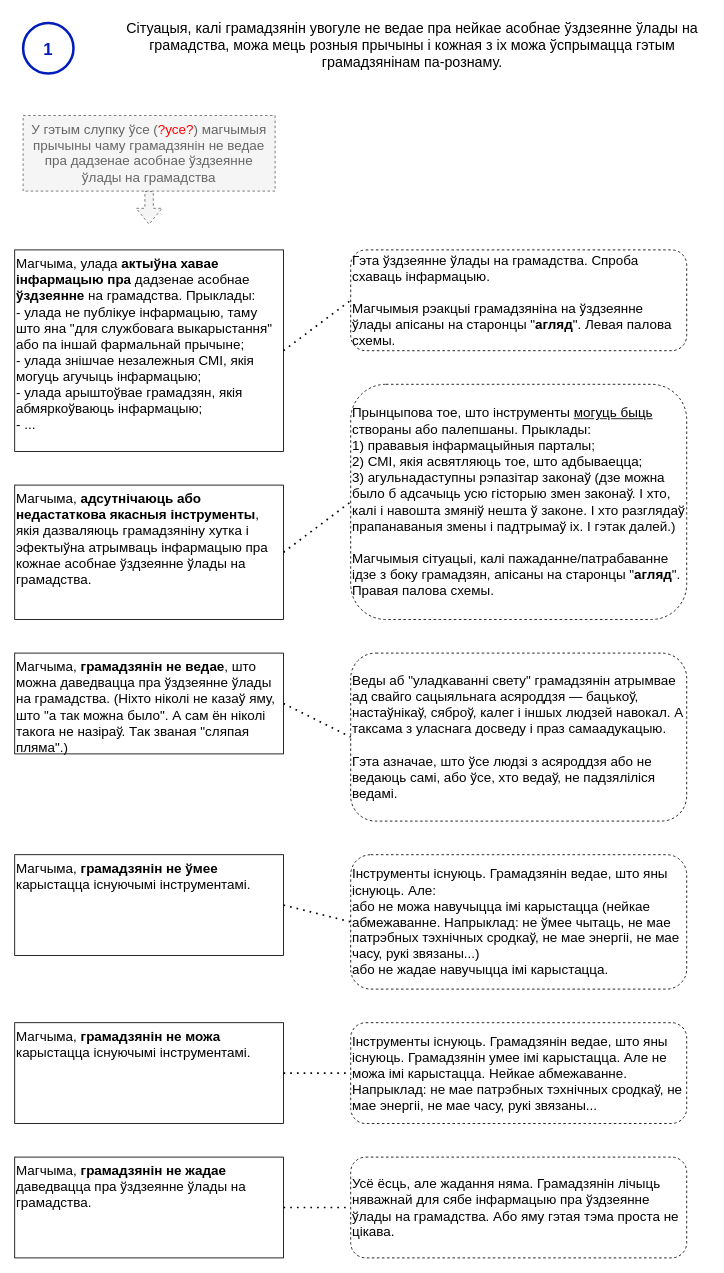
This is page "нататка-1" (2 of 3) of current-reality-tree/Дрэва цяперашняй рэальнасці.drawio from mshurkaeu-public/i-care.by, a draw.io file, before an edit. Source tidied: cells renumbered, new cells numbered last; positions are measured from the earlier drawing's top-left corner, leaving out a move shared by most shapes. Both pictures are drawn from the tidied source at 84%, with x=0, y=0 at pixel (14, 14).
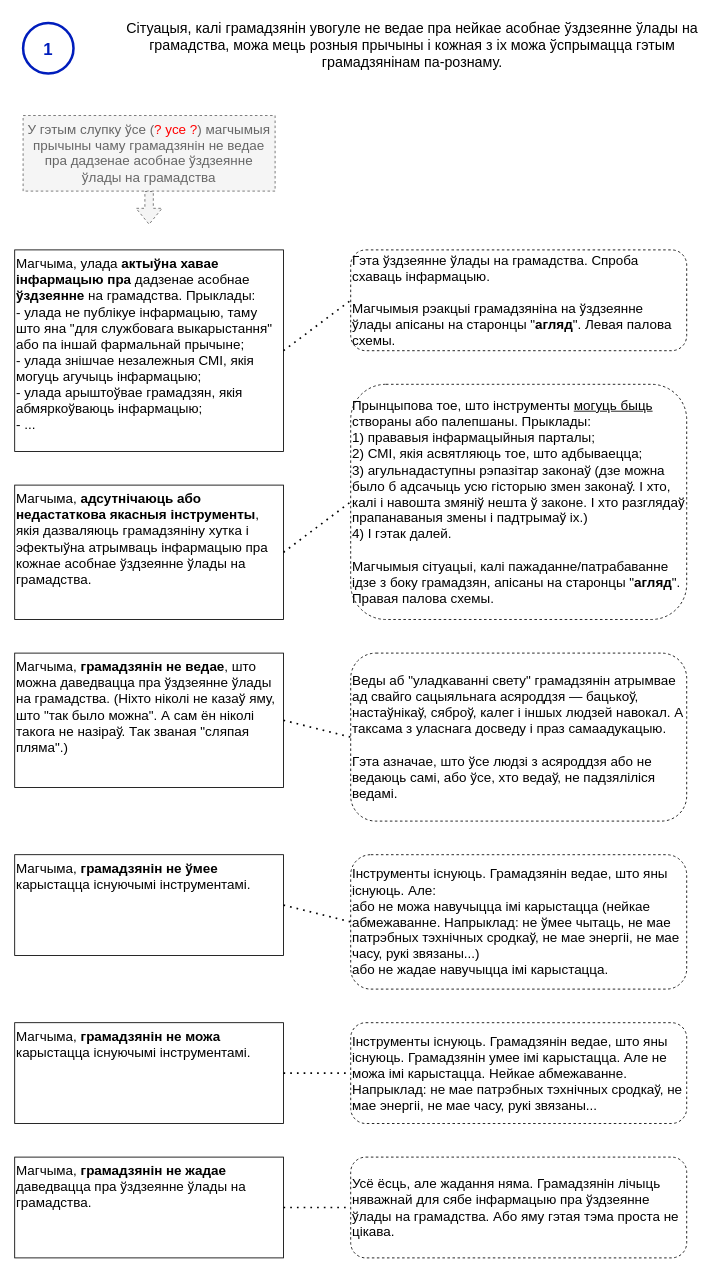
The same page after the edit.

Diff of the diagram source:
```diff
@@
-    <mxCell id="5" value="У гэтым слупку ўсе (&lt;font color=&quot;#ff0000&quot;&gt;?усе?&lt;/font&gt;) магчымыя прычыны чаму грамадзянін не ведае пра дадзенае асобнае ўздзеянне ўлады на грамадства" style="text;html=1;strokeColor=#666666;fillColor=#f5f5f5;align=center;verticalAlign=top;whiteSpace=wrap;rounded=0;fontSize=16;fontColor=#666666;dashed=1;rotation=0;" parent="1" vertex="1">
+    <mxCell id="5" value="У гэтым слупку ўсе (&lt;font color=&quot;#ff0000&quot;&gt;? усе ?&lt;/font&gt;) магчымыя прычыны чаму грамадзянін не ведае пра дадзенае асобнае ўздзеянне ўлады на грамадства" style="text;html=1;strokeColor=#666666;fillColor=#f5f5f5;align=center;verticalAlign=top;whiteSpace=wrap;rounded=0;fontSize=16;fontColor=#666666;dashed=1;rotation=0;" parent="1" vertex="1">
       <mxGeometry x="10" y="120" width="300" height="90" as="geometry" />
     </mxCell>
@@
-    <mxCell id="9" value="&lt;span&gt;Прынцыпова тое, што інструменты &lt;u&gt;могуць быць&lt;/u&gt; створаны або палепшаны. Прыклады:&lt;br&gt;1) прававыя інфармацыйныя парталы;&lt;br&gt;2) СМІ, якія асвятляюць тое, што адбываецца;&lt;br&gt;3) &lt;/span&gt;агульнадаступны рэпазітар законаў (дзе можна было б адсачыць усю гісторыю змен законаў. І хто, калі і навошта змяніў нешта ў законе. І хто разглядаў прапанаваныя змены і падтрымаў іх. І гэтак далей.)&lt;br&gt;&lt;br&gt;Магчымыя сітуацыі, калі пажаданне/патрабаванне ідзе з боку грамадзян, апісаны на старонцы &quot;&lt;b&gt;агляд&lt;/b&gt;&quot;. Правая палова схемы." style="text;html=1;align=left;verticalAlign=middle;whiteSpace=wrap;rounded=1;fontSize=16;strokeColor=default;fontStyle=0;dashed=1;rotation=0;" parent="1" vertex="1">
+    <mxCell id="9" value="&lt;span&gt;Прынцыпова тое, што інструменты &lt;u&gt;могуць быць&lt;/u&gt; створаны або палепшаны. Прыклады:&lt;br&gt;1) прававыя інфармацыйныя парталы;&lt;br&gt;2) СМІ, якія асвятляюць тое, што адбываецца;&lt;br&gt;&lt;/span&gt;&lt;div&gt;&lt;span&gt;3) &lt;/span&gt;агульнадаступны рэпазітар законаў (дзе можна было б адсачыць усю гісторыю змен законаў. І хто, калі і навошта змяніў нешта ў законе. І хто разглядаў прапанаваныя змены і падтрымаў іх.)&lt;/div&gt;&lt;div&gt;4) І гэтак далей.&lt;/div&gt;&lt;br&gt;Магчымыя сітуацыі, калі пажаданне/патрабаванне ідзе з боку грамадзян, апісаны на старонцы &quot;&lt;b&gt;агляд&lt;/b&gt;&quot;. Правая палова схемы." style="text;html=1;align=left;verticalAlign=middle;whiteSpace=wrap;rounded=1;fontSize=16;strokeColor=default;fontStyle=0;dashed=1;rotation=0;" parent="1" vertex="1">
       <mxGeometry x="400" y="440" width="400" height="280" as="geometry" />
     </mxCell>
@@
-    <mxCell id="13" value="Магчыма, &lt;b&gt;грамадзянін не ведае&lt;/b&gt;, што можна даведвацца пра ўздзеянне ўлады на грамадства. (Ніхто ніколі не казаў яму, што &quot;а так можна было&quot;. А сам ён ніколі такога не назіраў. Так званая &quot;сляпая пляма&quot;.)&lt;br&gt; " style="text;html=1;align=left;verticalAlign=top;whiteSpace=wrap;rounded=0;fontSize=16;strokeColor=default;rotation=0;" parent="1" vertex="1">
-      <mxGeometry y="760" width="320" height="120" as="geometry" />
+    <mxCell id="13" value="Магчыма, &lt;b&gt;грамадзянін не ведае&lt;/b&gt;, што можна даведвацца пра ўздзеянне ўлады на грамадства. (Ніхто ніколі не казаў яму, што &quot;так было можна&quot;. А сам ён ніколі такога не назіраў. Так званая &quot;сляпая пляма&quot;.)&lt;br&gt; " style="text;html=1;align=left;verticalAlign=top;whiteSpace=wrap;rounded=0;fontSize=16;strokeColor=default;rotation=0;" parent="1" vertex="1">
+      <mxGeometry y="760" width="320" height="160" as="geometry" />
     </mxCell>
```
